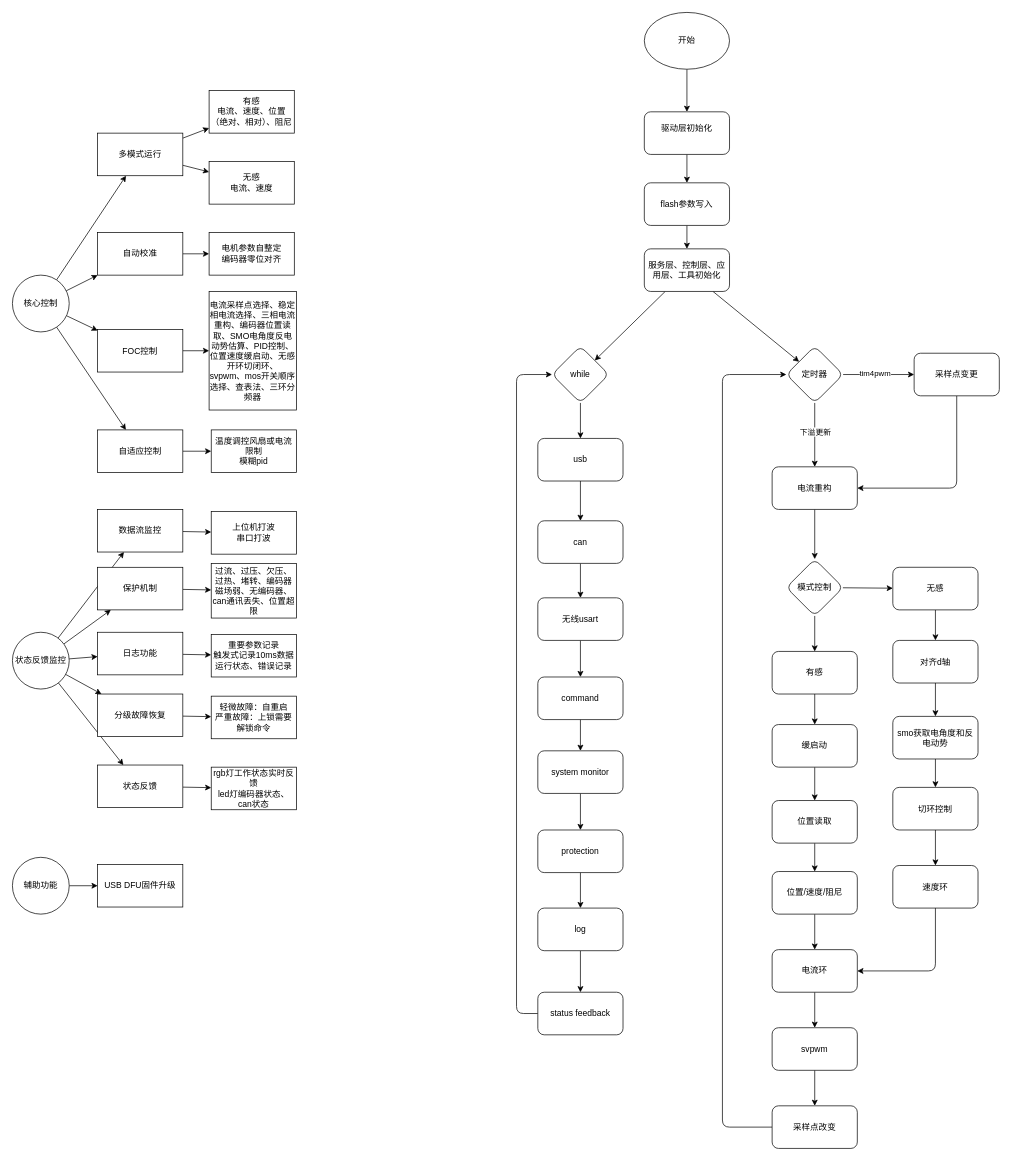
The draw.io diagram XDr/Code/XDrive/core.drawio in xiaowang-rob/User_Item, before the edit. Source tidied: cells renumbered, new cells numbered last; positions are measured from the earlier drawing's top-left corner, leaving out a move shared by most shapes. Both pictures are drawn from the tidied source at 71%, with x=0, y=0 at pixel (12, 12).
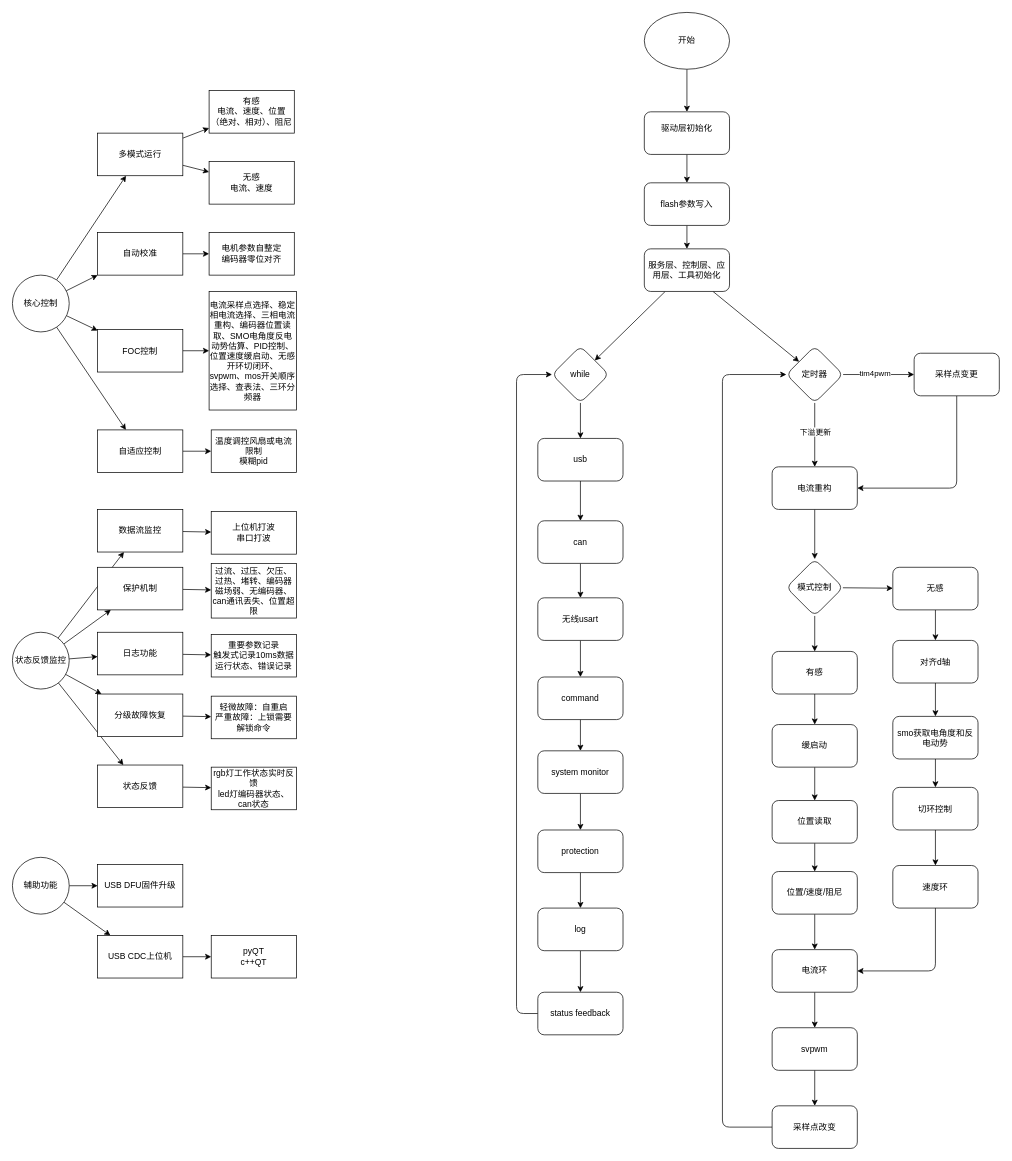
After the change.

The change refers to these unchanged cells:
```xml
<mxCell id="14" value="辅助功能" style="ellipse;whiteSpace=wrap;html=1;" parent="1" vertex="1">
  <mxGeometry y="1190" width="80" height="80" as="geometry" />
</mxCell>
```

Diff of the diagram source:
```diff
@@
+    <mxCell id="108" style="edgeStyle=none;html=1;" parent="1" edge="1" source="14" target="110">
+      <mxGeometry relative="1" as="geometry" />
+    </mxCell>
@@
+    <mxCell id="109" style="edgeStyle=none;html=1;" parent="1" edge="1" source="110" target="111">
+      <mxGeometry relative="1" as="geometry" />
+    </mxCell>
+    <mxCell id="110" value="USB CDC上位机" style="whiteSpace=wrap;html=1;" parent="1" vertex="1">
+      <mxGeometry x="120" y="1300" width="120" height="60" as="geometry" />
+    </mxCell>
+    <mxCell id="111" value="pyQT&lt;div&gt;c++QT&lt;/div&gt;" style="whiteSpace=wrap;html=1;" parent="1" vertex="1">
+      <mxGeometry x="280" y="1300" width="120" height="60" as="geometry" />
+    </mxCell>
```
